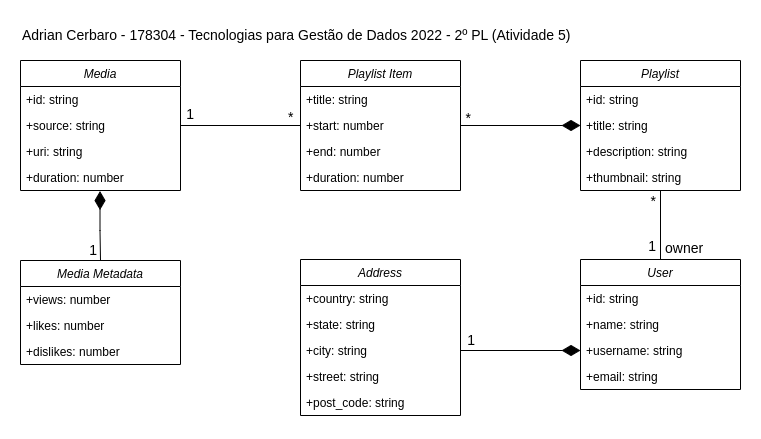
Earlier version of the draw.io export modelagem.png (adrianbrs/tgd_trab_final_playlists). Source tidied: cells renumbered, new cells last; positions are measured from the earlier drawing's top-left corner, leaving out a move shared by most shapes. Source of this version:
```xml
<mxGraphModel>
  <root>
    <mxCell id="0" />
    <mxCell id="1" parent="0" />
    <mxCell id="2" value="Media" style="swimlane;fontStyle=2;align=center;verticalAlign=top;horizontal=1;startSize=26;rounded=0;shadow=0;strokeWidth=1;swimlaneLine=1;" parent="1" vertex="1">
      <mxGeometry y="40" width="160" height="130" as="geometry" />
    </mxCell>
    <mxCell id="3" value="+id: string" style="text;align=left;verticalAlign=top;spacingLeft=4;spacingRight=4;overflow=hidden;" parent="2" vertex="1">
      <mxGeometry y="26" width="160" height="26" as="geometry" />
    </mxCell>
    <mxCell id="4" value="+source: string" style="text;align=left;verticalAlign=top;spacingLeft=4;spacingRight=4;overflow=hidden;points=[[0,0.5],[1,0.5]];portConstraint=eastwest;rounded=0;shadow=0;html=0;" parent="2" vertex="1">
      <mxGeometry y="52" width="160" height="26" as="geometry" />
    </mxCell>
    <mxCell id="5" value="+uri: string" style="text;align=left;verticalAlign=top;spacingLeft=4;spacingRight=4;overflow=hidden;rounded=0;shadow=0;html=0;" parent="2" vertex="1">
      <mxGeometry y="78" width="160" height="26" as="geometry" />
    </mxCell>
    <mxCell id="6" value="+duration: number" style="text;align=left;verticalAlign=top;spacingLeft=4;spacingRight=4;overflow=hidden;points=[[0,0.5],[1,0.5]];portConstraint=eastwest;rounded=0;shadow=0;html=0;" parent="2" vertex="1">
      <mxGeometry y="104" width="160" height="26" as="geometry" />
    </mxCell>
    <mxCell id="7" value="Playlist" style="swimlane;fontStyle=2;align=center;verticalAlign=top;horizontal=1;startSize=26;rounded=0;shadow=0;strokeWidth=1;swimlaneLine=1;" parent="1" vertex="1">
      <mxGeometry x="560" y="40" width="160" height="130" as="geometry" />
    </mxCell>
    <mxCell id="8" value="+id: string" style="text;align=left;verticalAlign=top;spacingLeft=4;spacingRight=4;overflow=hidden;" parent="7" vertex="1">
      <mxGeometry y="26" width="160" height="26" as="geometry" />
    </mxCell>
    <mxCell id="9" value="+title: string" style="text;align=left;verticalAlign=top;spacingLeft=4;spacingRight=4;overflow=hidden;points=[[0,0.5],[1,0.5]];portConstraint=eastwest;rounded=0;shadow=0;html=0;" parent="7" vertex="1">
      <mxGeometry y="52" width="160" height="26" as="geometry" />
    </mxCell>
    <mxCell id="10" value="+description: string" style="text;align=left;verticalAlign=top;spacingLeft=4;spacingRight=4;overflow=hidden;points=[[0,0.5],[1,0.5]];portConstraint=eastwest;rounded=0;shadow=0;html=0;" parent="7" vertex="1">
      <mxGeometry y="78" width="160" height="26" as="geometry" />
    </mxCell>
    <mxCell id="11" value="+thumbnail: string" style="text;align=left;verticalAlign=top;spacingLeft=4;spacingRight=4;overflow=hidden;rounded=0;shadow=0;html=0;" parent="7" vertex="1">
      <mxGeometry y="104" width="160" height="26" as="geometry" />
    </mxCell>
    <mxCell id="12" value="Playlist Item" style="swimlane;fontStyle=2;align=center;verticalAlign=top;horizontal=1;startSize=26;rounded=0;shadow=0;strokeWidth=1;swimlaneLine=1;" parent="1" vertex="1">
      <mxGeometry x="280" y="40" width="160" height="130" as="geometry" />
    </mxCell>
    <mxCell id="13" value="+title: string" style="text;align=left;verticalAlign=top;spacingLeft=4;spacingRight=4;overflow=hidden;rounded=0;shadow=0;html=0;" parent="12" vertex="1">
      <mxGeometry y="26" width="160" height="26" as="geometry" />
    </mxCell>
    <mxCell id="14" value="+start: number" style="text;align=left;verticalAlign=top;spacingLeft=4;spacingRight=4;overflow=hidden;points=[[0,0.5],[1,0.5]];portConstraint=eastwest;rounded=0;shadow=0;html=0;" parent="12" vertex="1">
      <mxGeometry y="52" width="160" height="26" as="geometry" />
    </mxCell>
    <mxCell id="15" value="+end: number" style="text;align=left;verticalAlign=top;spacingLeft=4;spacingRight=4;overflow=hidden;points=[[0,0.5],[1,0.5]];portConstraint=eastwest;rounded=0;shadow=0;html=0;" parent="12" vertex="1">
      <mxGeometry y="78" width="160" height="26" as="geometry" />
    </mxCell>
    <mxCell id="16" value="+duration: number" style="text;align=left;verticalAlign=top;spacingLeft=4;spacingRight=4;overflow=hidden;rounded=0;shadow=0;html=0;" parent="12" vertex="1">
      <mxGeometry y="104" width="160" height="26" as="geometry" />
    </mxCell>
    <mxCell id="17" style="edgeStyle=orthogonalEdgeStyle;rounded=0;jettySize=auto;html=1;entryX=1;entryY=0.5;entryDx=0;entryDy=0;strokeColor=default;endArrow=none;endFill=0;startArrow=diamondThin;startFill=1;targetPerimeterSpacing=0;sourcePerimeterSpacing=0;startSize=16;" parent="1" edge="1" source="9" target="15">
      <mxGeometry relative="1" as="geometry">
        <Array as="points">
          <mxPoint x="440" y="105" />
        </Array>
      </mxGeometry>
    </mxCell>
    <mxCell id="18" value="*" style="edgeLabel;html=1;align=right;verticalAlign=bottom;fontSize=14;labelPosition=left;verticalLabelPosition=top;labelBackgroundColor=none;" parent="17" vertex="1">
      <mxGeometry x="0.73" relative="1" as="geometry">
        <mxPoint x="11" y="-3" as="offset" />
      </mxGeometry>
    </mxCell>
    <mxCell id="19" style="edgeStyle=orthogonalEdgeStyle;rounded=0;jettySize=auto;html=1;entryX=1;entryY=0.5;entryDx=0;entryDy=0;strokeColor=default;fontSize=18;startArrow=none;startFill=0;endArrow=none;endFill=0;startSize=16;sourcePerimeterSpacing=0;targetPerimeterSpacing=0;exitX=0;exitY=0.5;exitDx=0;exitDy=0;" parent="1" edge="1" source="14" target="4">
      <mxGeometry relative="1" as="geometry" />
    </mxCell>
    <mxCell id="20" value="1" style="edgeLabel;html=1;align=right;verticalAlign=bottom;fontSize=14;labelPosition=left;verticalLabelPosition=top;labelBackgroundColor=none;" parent="19" vertex="1">
      <mxGeometry x="0.35" y="1" relative="1" as="geometry">
        <mxPoint x="-25" y="-2" as="offset" />
      </mxGeometry>
    </mxCell>
    <mxCell id="21" value="*" style="edgeLabel;html=1;align=left;verticalAlign=bottom;fontSize=14;labelPosition=right;verticalLabelPosition=top;labelBackgroundColor=none;" parent="19" vertex="1">
      <mxGeometry x="0.35" y="1" relative="1" as="geometry">
        <mxPoint x="67" y="1" as="offset" />
      </mxGeometry>
    </mxCell>
    <mxCell id="22" value="User" style="swimlane;fontStyle=2;align=center;verticalAlign=top;horizontal=1;startSize=26;rounded=0;shadow=0;strokeWidth=1;swimlaneLine=1;" parent="1" vertex="1">
      <mxGeometry x="560" y="239" width="160" height="130" as="geometry" />
    </mxCell>
    <mxCell id="23" value="+id: string" style="text;align=left;verticalAlign=top;spacingLeft=4;spacingRight=4;overflow=hidden;" parent="22" vertex="1">
      <mxGeometry y="26" width="160" height="26" as="geometry" />
    </mxCell>
    <mxCell id="24" value="+name: string" style="text;align=left;verticalAlign=top;spacingLeft=4;spacingRight=4;overflow=hidden;rounded=0;shadow=0;html=0;" parent="22" vertex="1">
      <mxGeometry y="52" width="160" height="26" as="geometry" />
    </mxCell>
    <mxCell id="25" value="+username: string" style="text;align=left;verticalAlign=top;spacingLeft=4;spacingRight=4;overflow=hidden;points=[[0,0.5],[1,0.5]];portConstraint=eastwest;rounded=0;shadow=0;html=0;" parent="22" vertex="1">
      <mxGeometry y="78" width="160" height="26" as="geometry" />
    </mxCell>
    <mxCell id="26" value="+email: string" style="text;align=left;verticalAlign=top;spacingLeft=4;spacingRight=4;overflow=hidden;rounded=0;shadow=0;html=0;" parent="22" vertex="1">
      <mxGeometry y="104" width="160" height="26" as="geometry" />
    </mxCell>
    <mxCell id="27" value="Address" style="swimlane;fontStyle=2;align=center;verticalAlign=top;horizontal=1;startSize=26;rounded=0;shadow=0;strokeWidth=1;swimlaneLine=1;" parent="1" vertex="1">
      <mxGeometry x="280" y="239" width="160" height="156" as="geometry" />
    </mxCell>
    <mxCell id="28" value="+country: string" style="text;align=left;verticalAlign=top;spacingLeft=4;spacingRight=4;overflow=hidden;" parent="27" vertex="1">
      <mxGeometry y="26" width="160" height="26" as="geometry" />
    </mxCell>
    <mxCell id="29" value="+state: string" style="text;align=left;verticalAlign=top;spacingLeft=4;spacingRight=4;overflow=hidden;rounded=0;shadow=0;html=0;" parent="27" vertex="1">
      <mxGeometry y="52" width="160" height="26" as="geometry" />
    </mxCell>
    <mxCell id="30" value="+city: string" style="text;align=left;verticalAlign=top;spacingLeft=4;spacingRight=4;overflow=hidden;points=[[0,0.5],[1,0.5]];portConstraint=eastwest;rounded=0;shadow=0;html=0;" parent="27" vertex="1">
      <mxGeometry y="78" width="160" height="26" as="geometry" />
    </mxCell>
    <mxCell id="31" value="+street: string" style="text;align=left;verticalAlign=top;spacingLeft=4;spacingRight=4;overflow=hidden;rounded=0;shadow=0;html=0;" parent="27" vertex="1">
      <mxGeometry y="104" width="160" height="26" as="geometry" />
    </mxCell>
    <mxCell id="32" value="+post_code: string" style="text;align=left;verticalAlign=top;spacingLeft=4;spacingRight=4;overflow=hidden;rounded=0;shadow=0;html=0;" parent="27" vertex="1">
      <mxGeometry y="130" width="160" height="26" as="geometry" />
    </mxCell>
    <mxCell id="33" style="edgeStyle=orthogonalEdgeStyle;rounded=0;jettySize=auto;html=1;entryX=1;entryY=0.5;entryDx=0;entryDy=0;strokeColor=default;fontSize=14;startArrow=diamondThin;startFill=1;endArrow=none;endFill=0;startSize=16;sourcePerimeterSpacing=0;targetPerimeterSpacing=0;" parent="1" edge="1" source="25" target="30">
      <mxGeometry relative="1" as="geometry" />
    </mxCell>
    <mxCell id="34" value="1" style="edgeLabel;html=1;align=right;verticalAlign=bottom;fontSize=14;labelPosition=left;verticalLabelPosition=top;labelBackgroundColor=none;" parent="33" vertex="1">
      <mxGeometry x="0.67" relative="1" as="geometry">
        <mxPoint x="-5" as="offset" />
      </mxGeometry>
    </mxCell>
    <mxCell id="35" style="edgeStyle=orthogonalEdgeStyle;rounded=0;jettySize=auto;html=1;entryX=0.5;entryY=0;entryDx=0;entryDy=0;strokeColor=default;fontSize=14;startArrow=none;startFill=0;endArrow=none;endFill=0;startSize=16;sourcePerimeterSpacing=0;targetPerimeterSpacing=0;" parent="1" edge="1" target="22">
      <mxGeometry relative="1" as="geometry">
        <mxPoint x="640" y="170" as="sourcePoint" />
      </mxGeometry>
    </mxCell>
    <mxCell id="36" value="owner" style="edgeLabel;html=1;align=left;verticalAlign=middle;fontSize=14;labelBackgroundColor=none;labelPosition=right;verticalLabelPosition=middle;" parent="35" vertex="1">
      <mxGeometry x="0.74" y="-1" relative="1" as="geometry">
        <mxPoint x="4" y="-3" as="offset" />
      </mxGeometry>
    </mxCell>
    <mxCell id="37" value="*" style="edgeLabel;html=1;align=right;verticalAlign=bottom;fontSize=14;labelPosition=left;verticalLabelPosition=top;labelBackgroundColor=none;" parent="35" vertex="1">
      <mxGeometry x="-0.73" relative="1" as="geometry">
        <mxPoint x="-4" y="12" as="offset" />
      </mxGeometry>
    </mxCell>
    <mxCell id="38" value="1" style="edgeLabel;html=1;align=right;verticalAlign=top;fontSize=14;labelPosition=left;verticalLabelPosition=bottom;labelBackgroundColor=none;" parent="35" vertex="1">
      <mxGeometry x="0.33" relative="1" as="geometry">
        <mxPoint x="-4" y="-5" as="offset" />
      </mxGeometry>
    </mxCell>
    <mxCell id="39" value="Media Metadata" style="swimlane;fontStyle=2;align=center;verticalAlign=top;horizontal=1;startSize=26;rounded=0;shadow=0;strokeWidth=1;swimlaneLine=1;" parent="1" vertex="1">
      <mxGeometry y="240" width="160" height="104" as="geometry" />
    </mxCell>
    <mxCell id="40" value="+views: number" style="text;align=left;verticalAlign=top;spacingLeft=4;spacingRight=4;overflow=hidden;" parent="39" vertex="1">
      <mxGeometry y="26" width="160" height="26" as="geometry" />
    </mxCell>
    <mxCell id="41" value="+likes: number" style="text;align=left;verticalAlign=top;spacingLeft=4;spacingRight=4;overflow=hidden;rounded=0;shadow=0;html=0;" parent="39" vertex="1">
      <mxGeometry y="52" width="160" height="26" as="geometry" />
    </mxCell>
    <mxCell id="42" value="+dislikes: number" style="text;align=left;verticalAlign=top;spacingLeft=4;spacingRight=4;overflow=hidden;rounded=0;shadow=0;html=0;" parent="39" vertex="1">
      <mxGeometry y="78" width="160" height="26" as="geometry" />
    </mxCell>
    <mxCell id="43" style="edgeStyle=orthogonalEdgeStyle;rounded=0;jettySize=auto;html=1;entryX=0.5;entryY=0;entryDx=0;entryDy=0;strokeColor=default;fontSize=14;startArrow=diamondThin;startFill=1;endArrow=none;endFill=0;startSize=16;sourcePerimeterSpacing=0;targetPerimeterSpacing=0;exitX=0.497;exitY=1.022;exitDx=0;exitDy=0;exitPerimeter=0;" parent="1" edge="1" source="6" target="39">
      <mxGeometry relative="1" as="geometry" />
    </mxCell>
    <mxCell id="44" value="1" style="edgeLabel;html=1;align=right;verticalAlign=top;fontSize=14;labelBackgroundColor=none;labelPosition=left;verticalLabelPosition=bottom;" parent="43" vertex="1">
      <mxGeometry x="0.73" y="-1" relative="1" as="geometry">
        <mxPoint x="-2" y="-16" as="offset" />
      </mxGeometry>
    </mxCell>
    <mxCell id="45" value="Adrian Cerbaro - 178304 - Tecnologias para Gestão de Dados 2022 - 2º PL (Atividade 5)" style="text;html=1;align=left;verticalAlign=middle;strokeColor=none;fillColor=none;fontSize=14;" parent="1" vertex="1">
      <mxGeometry width="570" height="30" as="geometry" />
    </mxCell>
  </root>
</mxGraphModel>
```
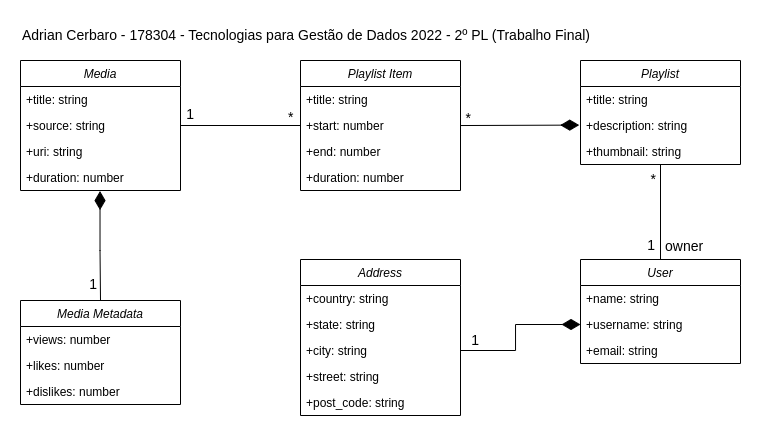
After the change.

What changed in the source:
```diff
@@ -5,9 +5,9 @@
     <mxCell id="2" value="Media" style="swimlane;fontStyle=2;align=center;verticalAlign=top;horizontal=1;startSize=26;rounded=0;shadow=0;strokeWidth=1;swimlaneLine=1;" parent="1" vertex="1">
       <mxGeometry y="40" width="160" height="130" as="geometry" />
     </mxCell>
-    <mxCell id="3" value="+id: string" style="text;align=left;verticalAlign=top;spacingLeft=4;spacingRight=4;overflow=hidden;" parent="2" vertex="1">
-      <mxGeometry y="26" width="160" height="26" as="geometry" />
-    </mxCell>
+    <mxCell id="46" value="+title: string" style="text;align=left;verticalAlign=top;spacingLeft=4;spacingRight=4;overflow=hidden;rounded=0;shadow=0;html=0;" parent="2" vertex="1">
+      <mxGeometry y="26" width="160" height="26" as="geometry" />
+    </mxCell>
     <mxCell id="4" value="+source: string" style="text;align=left;verticalAlign=top;spacingLeft=4;spacingRight=4;overflow=hidden;points=[[0,0.5],[1,0.5]];portConstraint=eastwest;rounded=0;shadow=0;html=0;" parent="2" vertex="1">
       <mxGeometry y="52" width="160" height="26" as="geometry" />
     </mxCell>
@@ -18,19 +18,16 @@
       <mxGeometry y="104" width="160" height="26" as="geometry" />
     </mxCell>
     <mxCell id="7" value="Playlist" style="swimlane;fontStyle=2;align=center;verticalAlign=top;horizontal=1;startSize=26;rounded=0;shadow=0;strokeWidth=1;swimlaneLine=1;" parent="1" vertex="1">
-      <mxGeometry x="560" y="40" width="160" height="130" as="geometry" />
+      <mxGeometry x="560" y="40" width="160" height="104" as="geometry" />
     </mxCell>
-    <mxCell id="8" value="+id: string" style="text;align=left;verticalAlign=top;spacingLeft=4;spacingRight=4;overflow=hidden;" parent="7" vertex="1">
-      <mxGeometry y="26" width="160" height="26" as="geometry" />
-    </mxCell>
     <mxCell id="9" value="+title: string" style="text;align=left;verticalAlign=top;spacingLeft=4;spacingRight=4;overflow=hidden;points=[[0,0.5],[1,0.5]];portConstraint=eastwest;rounded=0;shadow=0;html=0;" parent="7" vertex="1">
-      <mxGeometry y="52" width="160" height="26" as="geometry" />
+      <mxGeometry y="26" width="160" height="26" as="geometry" />
     </mxCell>
     <mxCell id="10" value="+description: string" style="text;align=left;verticalAlign=top;spacingLeft=4;spacingRight=4;overflow=hidden;points=[[0,0.5],[1,0.5]];portConstraint=eastwest;rounded=0;shadow=0;html=0;" parent="7" vertex="1">
-      <mxGeometry y="78" width="160" height="26" as="geometry" />
+      <mxGeometry y="52" width="160" height="26" as="geometry" />
     </mxCell>
     <mxCell id="11" value="+thumbnail: string" style="text;align=left;verticalAlign=top;spacingLeft=4;spacingRight=4;overflow=hidden;rounded=0;shadow=0;html=0;" parent="7" vertex="1">
-      <mxGeometry y="104" width="160" height="26" as="geometry" />
+      <mxGeometry y="78" width="160" height="26" as="geometry" />
     </mxCell>
     <mxCell id="12" value="Playlist Item" style="swimlane;fontStyle=2;align=center;verticalAlign=top;horizontal=1;startSize=26;rounded=0;shadow=0;strokeWidth=1;swimlaneLine=1;" parent="1" vertex="1">
       <mxGeometry x="280" y="40" width="160" height="130" as="geometry" />
@@ -47,9 +44,10 @@
     <mxCell id="16" value="+duration: number" style="text;align=left;verticalAlign=top;spacingLeft=4;spacingRight=4;overflow=hidden;rounded=0;shadow=0;html=0;" parent="12" vertex="1">
       <mxGeometry y="104" width="160" height="26" as="geometry" />
     </mxCell>
-    <mxCell id="17" style="edgeStyle=orthogonalEdgeStyle;rounded=0;jettySize=auto;html=1;entryX=1;entryY=0.5;entryDx=0;entryDy=0;strokeColor=default;endArrow=none;endFill=0;startArrow=diamondThin;startFill=1;targetPerimeterSpacing=0;sourcePerimeterSpacing=0;startSize=16;" parent="1" edge="1" source="9" target="15">
+    <mxCell id="17" style="edgeStyle=orthogonalEdgeStyle;rounded=0;jettySize=auto;html=1;entryX=1;entryY=0.5;entryDx=0;entryDy=0;strokeColor=default;endArrow=none;endFill=0;startArrow=diamondThin;startFill=1;targetPerimeterSpacing=0;sourcePerimeterSpacing=0;startSize=16;exitX=-0.008;exitY=0.484;exitDx=0;exitDy=0;exitPerimeter=0;" parent="1" edge="1" source="10" target="15">
       <mxGeometry relative="1" as="geometry">
         <Array as="points">
+          <mxPoint x="550" y="105" />
           <mxPoint x="440" y="105" />
         </Array>
       </mxGeometry>
@@ -73,19 +71,16 @@
       </mxGeometry>
     </mxCell>
     <mxCell id="22" value="User" style="swimlane;fontStyle=2;align=center;verticalAlign=top;horizontal=1;startSize=26;rounded=0;shadow=0;strokeWidth=1;swimlaneLine=1;" parent="1" vertex="1">
-      <mxGeometry x="560" y="239" width="160" height="130" as="geometry" />
+      <mxGeometry x="560" y="239" width="160" height="104" as="geometry" />
     </mxCell>
-    <mxCell id="23" value="+id: string" style="text;align=left;verticalAlign=top;spacingLeft=4;spacingRight=4;overflow=hidden;" parent="22" vertex="1">
-      <mxGeometry y="26" width="160" height="26" as="geometry" />
-    </mxCell>
     <mxCell id="24" value="+name: string" style="text;align=left;verticalAlign=top;spacingLeft=4;spacingRight=4;overflow=hidden;rounded=0;shadow=0;html=0;" parent="22" vertex="1">
-      <mxGeometry y="52" width="160" height="26" as="geometry" />
+      <mxGeometry y="26" width="160" height="26" as="geometry" />
     </mxCell>
     <mxCell id="25" value="+username: string" style="text;align=left;verticalAlign=top;spacingLeft=4;spacingRight=4;overflow=hidden;points=[[0,0.5],[1,0.5]];portConstraint=eastwest;rounded=0;shadow=0;html=0;" parent="22" vertex="1">
-      <mxGeometry y="78" width="160" height="26" as="geometry" />
+      <mxGeometry y="52" width="160" height="26" as="geometry" />
     </mxCell>
     <mxCell id="26" value="+email: string" style="text;align=left;verticalAlign=top;spacingLeft=4;spacingRight=4;overflow=hidden;rounded=0;shadow=0;html=0;" parent="22" vertex="1">
-      <mxGeometry y="104" width="160" height="26" as="geometry" />
+      <mxGeometry y="78" width="160" height="26" as="geometry" />
     </mxCell>
     <mxCell id="27" value="Address" style="swimlane;fontStyle=2;align=center;verticalAlign=top;horizontal=1;startSize=26;rounded=0;shadow=0;strokeWidth=1;swimlaneLine=1;" parent="1" vertex="1">
       <mxGeometry x="280" y="239" width="160" height="156" as="geometry" />
@@ -113,14 +108,12 @@
         <mxPoint x="-5" as="offset" />
       </mxGeometry>
     </mxCell>
-    <mxCell id="35" style="edgeStyle=orthogonalEdgeStyle;rounded=0;jettySize=auto;html=1;entryX=0.5;entryY=0;entryDx=0;entryDy=0;strokeColor=default;fontSize=14;startArrow=none;startFill=0;endArrow=none;endFill=0;startSize=16;sourcePerimeterSpacing=0;targetPerimeterSpacing=0;" parent="1" edge="1" target="22">
-      <mxGeometry relative="1" as="geometry">
-        <mxPoint x="640" y="170" as="sourcePoint" />
-      </mxGeometry>
+    <mxCell id="35" style="edgeStyle=orthogonalEdgeStyle;rounded=0;jettySize=auto;html=1;entryX=0.5;entryY=0;entryDx=0;entryDy=0;strokeColor=default;fontSize=14;startArrow=none;startFill=0;endArrow=none;endFill=0;startSize=16;sourcePerimeterSpacing=0;targetPerimeterSpacing=0;exitX=0.5;exitY=1;exitDx=0;exitDy=0;" parent="1" edge="1" source="7" target="22">
+      <mxGeometry relative="1" as="geometry" />
     </mxCell>
     <mxCell id="36" value="owner" style="edgeLabel;html=1;align=left;verticalAlign=middle;fontSize=14;labelBackgroundColor=none;labelPosition=right;verticalLabelPosition=middle;" parent="35" vertex="1">
       <mxGeometry x="0.74" y="-1" relative="1" as="geometry">
-        <mxPoint x="4" y="-3" as="offset" />
+        <mxPoint x="4" y="-1" as="offset" />
       </mxGeometry>
     </mxCell>
     <mxCell id="37" value="*" style="edgeLabel;html=1;align=right;verticalAlign=bottom;fontSize=14;labelPosition=left;verticalLabelPosition=top;labelBackgroundColor=none;" parent="35" vertex="1">
@@ -130,11 +123,11 @@
     </mxCell>
     <mxCell id="38" value="1" style="edgeLabel;html=1;align=right;verticalAlign=top;fontSize=14;labelPosition=left;verticalLabelPosition=bottom;labelBackgroundColor=none;" parent="35" vertex="1">
       <mxGeometry x="0.33" relative="1" as="geometry">
-        <mxPoint x="-4" y="-5" as="offset" />
+        <mxPoint x="-4" y="2" as="offset" />
       </mxGeometry>
     </mxCell>
     <mxCell id="39" value="Media Metadata" style="swimlane;fontStyle=2;align=center;verticalAlign=top;horizontal=1;startSize=26;rounded=0;shadow=0;strokeWidth=1;swimlaneLine=1;" parent="1" vertex="1">
-      <mxGeometry y="240" width="160" height="104" as="geometry" />
+      <mxGeometry y="280" width="160" height="104" as="geometry" />
     </mxCell>
     <mxCell id="40" value="+views: number" style="text;align=left;verticalAlign=top;spacingLeft=4;spacingRight=4;overflow=hidden;" parent="39" vertex="1">
       <mxGeometry y="26" width="160" height="26" as="geometry" />
@@ -153,8 +146,8 @@
         <mxPoint x="-2" y="-16" as="offset" />
       </mxGeometry>
     </mxCell>
-    <mxCell id="45" value="Adrian Cerbaro - 178304 - Tecnologias para Gestão de Dados 2022 - 2º PL (Atividade 5)" style="text;html=1;align=left;verticalAlign=middle;strokeColor=none;fillColor=none;fontSize=14;" parent="1" vertex="1">
-      <mxGeometry width="570" height="30" as="geometry" />
+    <mxCell id="45" value="Adrian Cerbaro - 178304 - Tecnologias para Gestão de Dados 2022 - 2º PL (Trabalho Final)" style="text;html=1;align=left;verticalAlign=middle;strokeColor=none;fillColor=none;fontSize=14;" parent="1" vertex="1">
+      <mxGeometry width="590" height="30" as="geometry" />
     </mxCell>
   </root>
 </mxGraphModel>
```
